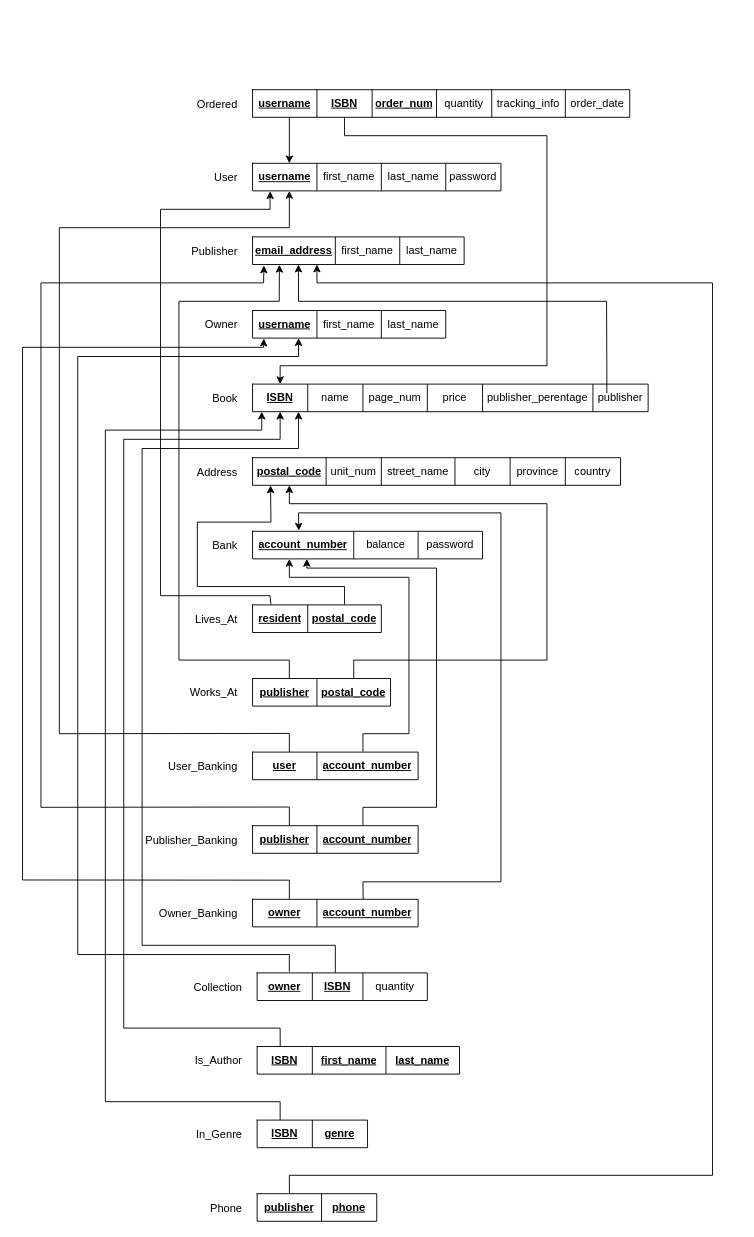
MiniEinsteinD/BookStore keeps this draw.io diagram as Diagrams/2.2 Reduction to Relation Schema.drawio. Above is the earlier version. Source tidied: cells renumbered, new cells numbered last; positions are measured from the earlier drawing's top-left corner, leaving out a move shared by most shapes. Both pictures are drawn from the tidied source at 92%, with x=0, y=0 at pixel (22, 89).
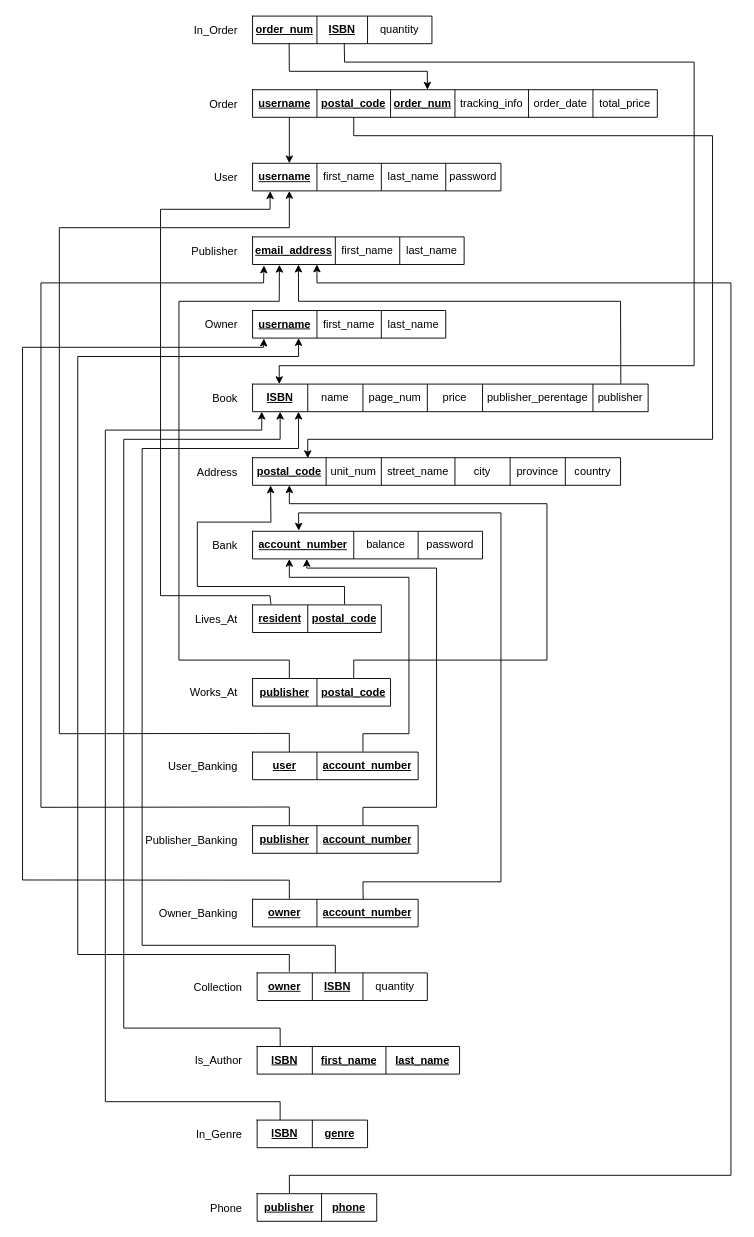
The same page after the edit.

Commit message:
changed order relation

Unchanged cells that the change refers to:
```xml
<mxCell id="10" style="shape=partialRectangle;html=1;whiteSpace=wrap;fillColor=none;top=0;left=0;bottom=0;right=0;points=[[0,0.5],[1,0.5]];portConstraint=eastwest;" parent="9" vertex="1">
  <mxGeometry width="230" height="30" as="geometry" />
</mxCell>
<mxCell id="22" style="shape=partialRectangle;html=1;whiteSpace=wrap;fillColor=none;top=0;left=0;bottom=0;right=0;points=[[0,0.5],[1,0.5]];portConstraint=eastwest;" parent="21" vertex="1">
  <mxGeometry width="430" height="30" as="geometry" />
</mxCell>
<mxCell id="31" style="shape=partialRectangle;html=1;whiteSpace=wrap;fillColor=none;top=0;left=0;bottom=0;right=0;points=[[0,0.5],[1,0.5]];portConstraint=eastwest;" parent="30" vertex="1">
  <mxGeometry width="400" height="30" as="geometry" />
</mxCell>
<mxCell id="86" style="shape=partialRectangle;html=1;whiteSpace=wrap;fillColor=none;top=0;left=0;bottom=0;right=0;points=[[0,0.5],[1,0.5]];portConstraint=eastwest;" parent="85" vertex="1">
  <mxGeometry width="130" height="30" as="geometry" />
</mxCell>
```

Diff of the diagram source:
```diff
@@
-    <mxCell id="45" style="endArrow=classic;html=1;rounded=0;entryX=0.217;entryY=1.004;entryDx=0;entryDy=0;entryPerimeter=0;" parent="1" edge="1" target="10">
+    <mxCell id="45" style="endArrow=classic;html=1;rounded=0;entryX=0.217;entryY=1.004;entryDx=0;entryDy=0;entryPerimeter=0;exitX=0.931;exitY=-0.011;exitDx=0;exitDy=0;exitPerimeter=0;" parent="1" edge="1" source="22" target="10">
       <mxGeometry relative="1" as="geometry">
-        <mxPoint x="635.1" y="330" as="sourcePoint" />
         <Array as="points">
-          <mxPoint x="635.1" y="300" />
-          <mxPoint x="634.8" y="230" />
+          <mxPoint x="650" y="230" />
           <mxPoint x="300" y="230" />
         </Array>
       </mxGeometry>
     </mxCell>
@@
     <mxCell id="61" style="shape=table;html=1;whiteSpace=wrap;startSize=0;childLayout=tableLayout;" parent="1" vertex="1">
-      <mxGeometry x="250" width="410" height="30" as="geometry" />
+      <mxGeometry x="250" width="440" height="30" as="geometry" />
     </mxCell>
     <mxCell id="62" style="shape=partialRectangle;html=1;whiteSpace=wrap;fillColor=none;top=0;left=0;bottom=0;right=0;points=[[0,0.5],[1,0.5]];portConstraint=eastwest;" parent="61" vertex="1">
-      <mxGeometry width="410" height="30" as="geometry" />
+      <mxGeometry width="440" height="30" as="geometry" />
     </mxCell>
@@
-    <mxCell id="64" value="&lt;u&gt;&lt;b&gt;ISBN&lt;/b&gt;&lt;/u&gt;" style="shape=partialRectangle;html=1;whiteSpace=wrap;fillColor=none;top=0;left=0;bottom=0;right=0;overflow=hidden;" parent="62" vertex="1">
-      <mxGeometry x="70" width="60" height="30" as="geometry" />
-    </mxCell>
+    <mxCell id="119" value="&lt;b&gt;postal_code&lt;/b&gt;" style="shape=partialRectangle;html=1;whiteSpace=wrap;fillColor=none;top=0;left=0;bottom=0;right=0;overflow=hidden;fontStyle=4;" parent="62" vertex="1">
+      <mxGeometry x="70" width="80" height="30" as="geometry" />
+    </mxCell>
     <mxCell id="65" value="&lt;u&gt;&lt;b&gt;order_num&lt;/b&gt;&lt;/u&gt;" style="shape=partialRectangle;html=1;whiteSpace=wrap;fillColor=none;top=0;left=0;bottom=0;right=0;overflow=hidden;" parent="62" vertex="1">
-      <mxGeometry x="130" width="70" height="30" as="geometry" />
+      <mxGeometry x="150" width="70" height="30" as="geometry" />
     </mxCell>
-    <mxCell id="66" value="quantity" style="shape=partialRectangle;html=1;whiteSpace=wrap;fillColor=none;top=0;left=0;bottom=0;right=0;overflow=hidden;" parent="62" vertex="1">
-      <mxGeometry x="200" width="60" height="30" as="geometry" />
-    </mxCell>
     <mxCell id="67" value="tracking_info" style="shape=partialRectangle;html=1;whiteSpace=wrap;fillColor=none;top=0;left=0;bottom=0;right=0;overflow=hidden;" parent="62" vertex="1">
-      <mxGeometry x="260" width="80" height="30" as="geometry" />
+      <mxGeometry x="220" width="80" height="30" as="geometry" />
     </mxCell>
     <mxCell id="68" value="order_date" style="shape=partialRectangle;html=1;whiteSpace=wrap;fillColor=none;top=0;left=0;bottom=0;right=0;overflow=hidden;" parent="62" vertex="1">
-      <mxGeometry x="340" width="70" height="30" as="geometry" />
+      <mxGeometry x="300" width="70" height="30" as="geometry" />
     </mxCell>
+    <mxCell id="120" value="total_price" style="shape=partialRectangle;html=1;whiteSpace=wrap;fillColor=none;top=0;left=0;bottom=0;right=0;overflow=hidden;" parent="62" vertex="1">
+      <mxGeometry x="370" width="70" height="30" as="geometry" />
+    </mxCell>
-    <mxCell id="69" value="Ordered" style="text;strokeColor=none;fillColor=none;align=right;verticalAlign=middle;spacingLeft=4;spacingRight=4;overflow=hidden;" parent="1" vertex="1">
+    <mxCell id="69" value="Order" style="text;strokeColor=none;fillColor=none;align=right;verticalAlign=middle;spacingLeft=4;spacingRight=4;overflow=hidden;" parent="1" vertex="1">
       <mxGeometry x="160" width="80" height="30" as="geometry" />
     </mxCell>
@@
-    <mxCell id="71" style="endArrow=none;html=1;rounded=0;startArrow=classic;startFill=1;endFill=0;" parent="1" edge="1">
-      <mxGeometry relative="1" as="geometry">
-        <mxPoint x="280" y="320" as="sourcePoint" />
-        <mxPoint x="350" y="30" as="targetPoint" />
-        <Array as="points">
-          <mxPoint x="280" y="300" />
-          <mxPoint x="570" y="300" />
-          <mxPoint x="570" y="50" />
-          <mxPoint x="350" y="50" />
-          <mxPoint x="350" y="30" />
-        </Array>
-      </mxGeometry>
-    </mxCell>
@@
     <mxCell id="90" style="endArrow=classic;html=1;rounded=0;exitX=0.27;exitY=-0.026;exitDx=0;exitDy=0;exitPerimeter=0;" parent="1" edge="1" source="86">
       <mxGeometry relative="1" as="geometry">
         <mxPoint x="320" y="190" as="targetPoint" />
         <Array as="points">
           <mxPoint x="290" y="1180" />
-          <mxPoint x="750" y="1180" />
-          <mxPoint x="750" y="210" />
+          <mxPoint x="770" y="1180" />
+          <mxPoint x="770" y="210" />
           <mxPoint x="320" y="210" />
         </Array>
       </mxGeometry>
     </mxCell>
@@
+    <mxCell id="121" style="endArrow=classic;html=1;rounded=0;entryX=0.15;entryY=0.017;entryDx=0;entryDy=0;entryPerimeter=0;" parent="1" edge="1" target="31">
+      <mxGeometry relative="1" as="geometry">
+        <mxPoint x="360" y="30" as="sourcePoint" />
+        <Array as="points">
+          <mxPoint x="360" y="50" />
+          <mxPoint x="750" y="50" />
+          <mxPoint x="750" y="380" />
+          <mxPoint x="310" y="380" />
+        </Array>
+      </mxGeometry>
+    </mxCell>
+    <mxCell id="122" style="shape=table;html=1;whiteSpace=wrap;startSize=0;childLayout=tableLayout;" parent="1" vertex="1">
+      <mxGeometry x="250" y="-80" width="195" height="30" as="geometry" />
+    </mxCell>
+    <mxCell id="123" style="shape=partialRectangle;html=1;whiteSpace=wrap;fillColor=none;top=0;left=0;bottom=0;right=0;points=[[0,0.5],[1,0.5]];portConstraint=eastwest;" parent="122" vertex="1">
+      <mxGeometry width="195" height="30" as="geometry" />
+    </mxCell>
+    <mxCell id="124" value="&lt;b&gt;order_num&lt;/b&gt;" style="shape=partialRectangle;html=1;whiteSpace=wrap;fillColor=none;top=0;left=0;bottom=0;right=0;overflow=hidden;fontStyle=4;" parent="123" vertex="1">
+      <mxGeometry width="70" height="30" as="geometry" />
+    </mxCell>
+    <mxCell id="64" value="&lt;b&gt;&lt;u&gt;ISBN&lt;/u&gt;&lt;/b&gt;" style="shape=partialRectangle;html=1;whiteSpace=wrap;fillColor=none;top=0;left=0;bottom=0;right=0;overflow=hidden;" parent="123" vertex="1">
+      <mxGeometry x="70" width="55" height="30" as="geometry" />
+    </mxCell>
+    <mxCell id="66" value="quantity" style="shape=partialRectangle;html=1;whiteSpace=wrap;fillColor=none;top=0;left=0;bottom=0;right=0;overflow=hidden;" parent="123" vertex="1">
+      <mxGeometry x="125" width="70" height="30" as="geometry" />
+    </mxCell>
+    <mxCell id="125" value="In_Order" style="text;strokeColor=none;fillColor=none;align=right;verticalAlign=middle;spacingLeft=4;spacingRight=4;overflow=hidden;" parent="1" vertex="1">
+      <mxGeometry x="160" y="-80" width="80" height="30" as="geometry" />
+    </mxCell>
+    <mxCell id="126" style="endArrow=classic;html=1;rounded=0;entryX=0.432;entryY=0;entryDx=0;entryDy=0;entryPerimeter=0;exitX=0.204;exitY=0.984;exitDx=0;exitDy=0;exitPerimeter=0;" parent="1" edge="1" source="123" target="62">
+      <mxGeometry relative="1" as="geometry">
+        <Array as="points">
+          <mxPoint x="290" y="-20" />
+          <mxPoint x="440" y="-20" />
+        </Array>
+      </mxGeometry>
+    </mxCell>
+    <mxCell id="127" style="endArrow=classic;html=1;rounded=0;exitX=0.204;exitY=0.984;exitDx=0;exitDy=0;exitPerimeter=0;" parent="1" edge="1">
+      <mxGeometry relative="1" as="geometry">
+        <mxPoint x="349.7" y="-50.5" as="sourcePoint" />
+        <mxPoint x="279" y="320" as="targetPoint" />
+        <Array as="points">
+          <mxPoint x="350" y="-30" />
+          <mxPoint x="730" y="-30" />
+          <mxPoint x="730" y="300" />
+          <mxPoint x="279" y="300" />
+        </Array>
+      </mxGeometry>
+    </mxCell>
```
